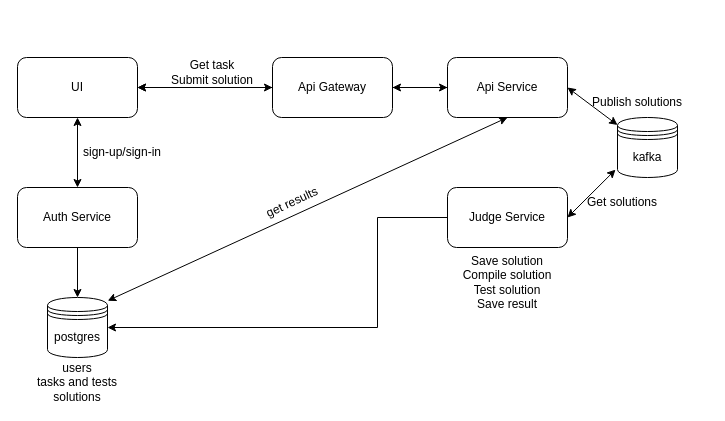
Earlier version of the draw.io diagram docs/diagrams/HLD/hld.drawio (se-brown-2023/automated-testing-applicants-service). Source tidied: cells renumbered, new cells numbered last; positions are measured from the earlier drawing's top-left corner, leaving out a move shared by most shapes. Both pictures are drawn from the tidied source at 100%, with x=0, y=0 at pixel (17, 57).
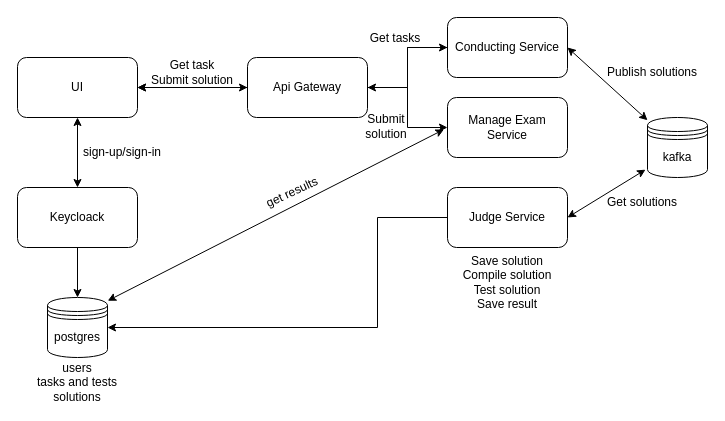
After the change.

Commit message (it also covers changes not shown here):
update hld diagramm

The change refers to these unchanged cells:
```xml
<mxCell id="13" value="postgres" style="shape=datastore;whiteSpace=wrap;html=1;" parent="1" vertex="1">
  <mxGeometry x="30" y="240" width="60" height="60" as="geometry" />
</mxCell>
```

What changed in the source:
```diff
@@
-    <mxCell id="4" value="Auth Service" style="rounded=1;whiteSpace=wrap;html=1;" parent="1" vertex="1">
+    <mxCell id="4" value="Keycloack" style="rounded=1;whiteSpace=wrap;html=1;" parent="1" vertex="1">
       <mxGeometry y="130" width="120" height="60" as="geometry" />
     </mxCell>
@@
-    <mxCell id="7" value="Api Service" style="rounded=1;whiteSpace=wrap;html=1;" parent="1" vertex="1">
-      <mxGeometry x="430" width="120" height="60" as="geometry" />
+    <mxCell id="7" value="Conducting Service" style="rounded=1;whiteSpace=wrap;html=1;" parent="1" vertex="1">
+      <mxGeometry x="430" y="-40" width="120" height="60" as="geometry" />
     </mxCell>
     <mxCell id="8" value="kafka" style="shape=datastore;whiteSpace=wrap;html=1;" parent="1" vertex="1">
-      <mxGeometry x="600" y="60" width="60" height="60" as="geometry" />
+      <mxGeometry x="630" y="60" width="60" height="60" as="geometry" />
     </mxCell>
@@
     <mxCell id="16" value="Get task&lt;br&gt;Submit solution" style="text;html=1;strokeColor=none;fillColor=none;align=center;verticalAlign=middle;whiteSpace=wrap;rounded=0;" parent="1" vertex="1">
-      <mxGeometry x="140" width="110" height="30" as="geometry" />
+      <mxGeometry x="120" width="110" height="30" as="geometry" />
     </mxCell>
     <mxCell id="17" value="Publish solutions" style="text;html=1;strokeColor=none;fillColor=none;align=center;verticalAlign=middle;whiteSpace=wrap;rounded=0;" parent="1" vertex="1">
-      <mxGeometry x="565" y="30" width="110" height="30" as="geometry" />
+      <mxGeometry x="580" width="110" height="30" as="geometry" />
     </mxCell>
     <mxCell id="18" value="Get solutions" style="text;html=1;strokeColor=none;fillColor=none;align=center;verticalAlign=middle;whiteSpace=wrap;rounded=0;" parent="1" vertex="1">
-      <mxGeometry x="550" y="130" width="110" height="30" as="geometry" />
+      <mxGeometry x="570" y="130" width="110" height="30" as="geometry" />
     </mxCell>
@@
-    <mxCell id="22" style="endArrow=classic;startArrow=classic;html=1;rounded=0;exitX=0.5;exitY=1;exitDx=0;exitDy=0;entryX=1.004;entryY=0.054;entryDx=0;entryDy=0;entryPerimeter=0;" parent="1" edge="1" source="7" target="13">
+    <mxCell id="22" style="endArrow=classic;startArrow=classic;html=1;rounded=0;entryX=1.004;entryY=0.054;entryDx=0;entryDy=0;entryPerimeter=0;exitX=-0.03;exitY=0.533;exitDx=0;exitDy=0;exitPerimeter=0;" parent="1" edge="1" source="27" target="13">
       <mxGeometry relative="1" as="geometry" />
     </mxCell>
     <mxCell id="23" value="get results" style="text;html=1;strokeColor=none;fillColor=none;align=center;verticalAlign=middle;whiteSpace=wrap;rounded=0;rotation=-25;" parent="1" vertex="1">
-      <mxGeometry x="220" y="130" width="110" height="30" as="geometry" />
+      <mxGeometry x="220" y="120" width="110" height="30" as="geometry" />
     </mxCell>
@@
+    <mxCell id="26" style="edgeStyle=orthogonalEdgeStyle;rounded=0;jettySize=auto;html=1;entryX=0;entryY=0.5;entryDx=0;entryDy=0;" parent="1" edge="1" source="25" target="27">
+      <mxGeometry relative="1" as="geometry" />
+    </mxCell>
     <mxCell id="25" value="Api Gateway" style="rounded=1;whiteSpace=wrap;html=1;" parent="1" vertex="1">
-      <mxGeometry x="255" width="120" height="60" as="geometry" />
+      <mxGeometry x="230" width="120" height="60" as="geometry" />
     </mxCell>
+    <mxCell id="27" value="Manage Exam Service" style="rounded=1;whiteSpace=wrap;html=1;" parent="1" vertex="1">
+      <mxGeometry x="430" y="40" width="120" height="60" as="geometry" />
+    </mxCell>
+    <mxCell id="28" value="Submit solution" style="text;html=1;strokeColor=none;fillColor=none;align=center;verticalAlign=middle;whiteSpace=wrap;rounded=0;" parent="1" vertex="1">
+      <mxGeometry x="339" y="68" width="60" as="geometry" />
+    </mxCell>
+    <mxCell id="29" style="edgeStyle=orthogonalEdgeStyle;rounded=0;orthogonalLoop=1;jettySize=auto;html=1;exitX=0;exitY=0;exitDx=0;exitDy=0;" parent="1" edge="1" source="28" target="28">
+      <mxGeometry relative="1" as="geometry" />
+    </mxCell>
+    <mxCell id="30" value="Get tasks" style="text;html=1;strokeColor=none;fillColor=none;align=center;verticalAlign=middle;whiteSpace=wrap;rounded=0;" parent="1" vertex="1">
+      <mxGeometry x="348" y="-20" width="60" as="geometry" />
+    </mxCell>
```
